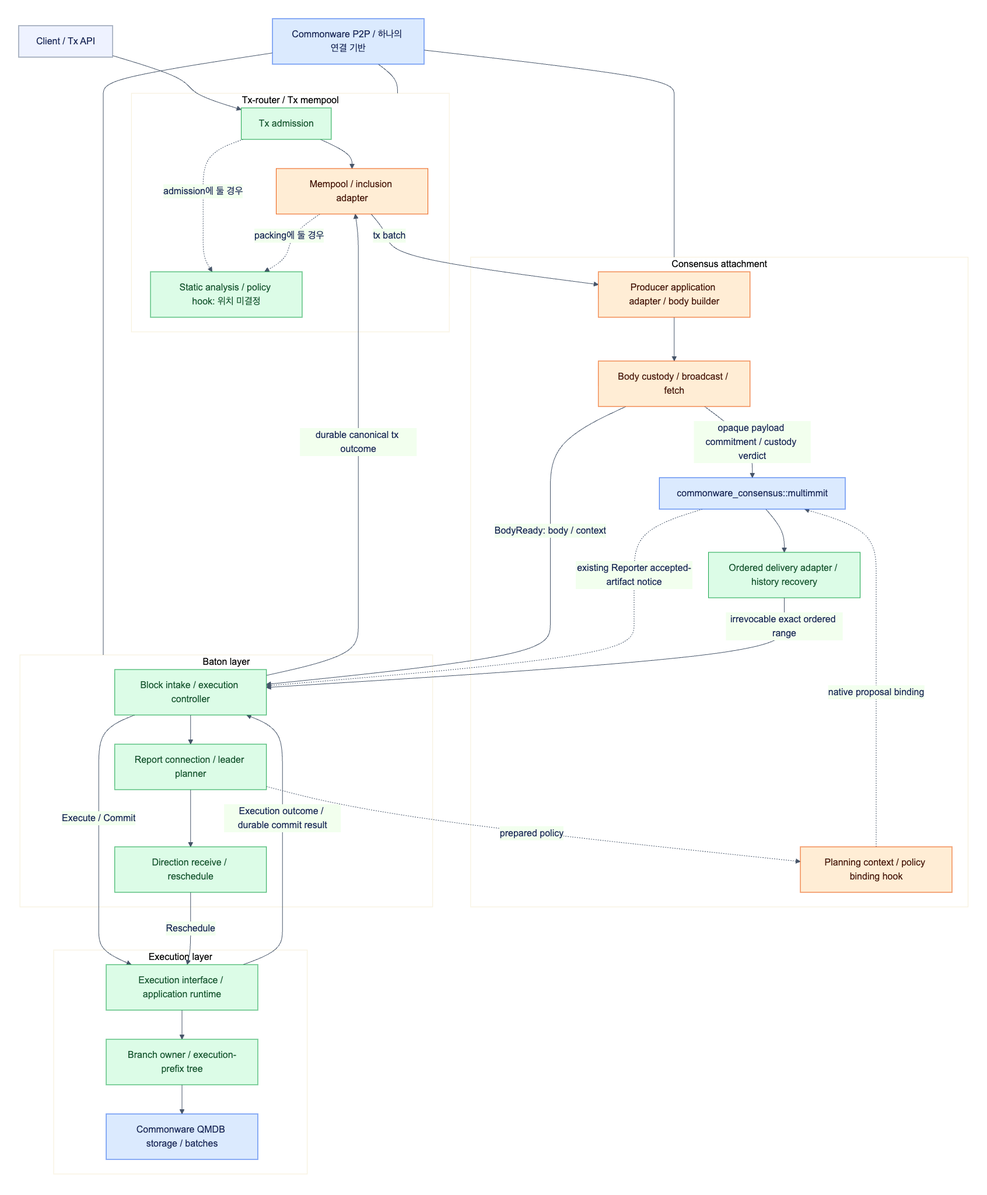
This is assets/diagrams/diagram-01.png from djm07073/baton-research, a Mermaid export, as it was before one commit. Its source is kept beside it as assets/diagrams/diagram-01.mmd.
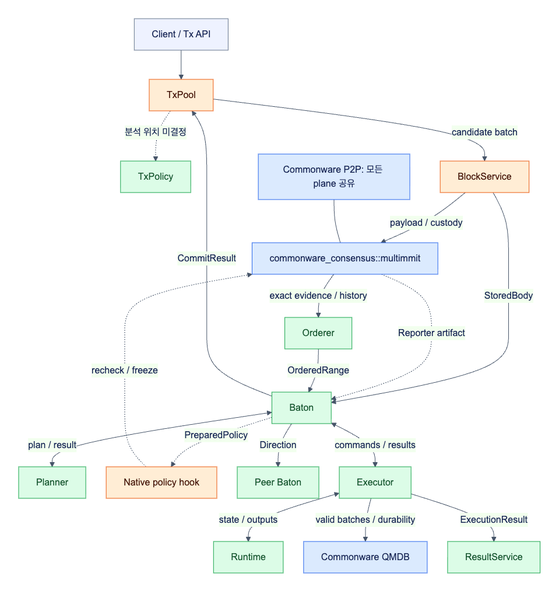
Above is the later version.

The edit, as a diff of the source:
```diff
@@ -1,51 +1,25 @@
 flowchart TB
-    C[Client / Tx API] --> T
-    subgraph TX[Tx-router / Tx mempool]
-        T[Tx admission] --> P[Mempool / inclusion adapter]
-        X[Static analysis / policy hook: 위치 미결정]
-        T -. admission에 둘 경우 .-> X
-        P -. packing에 둘 경우 .-> X
-    end
-    subgraph CONS[Consensus attachment]
-        B[Producer application adapter / body builder]
-        D[Body custody / broadcast / fetch]
-        N[commonware_consensus::multimmit]
-        M[Ordered delivery adapter / history recovery]
-        H[Planning context / policy binding hook]
-        B --> D
-        D -->|opaque payload commitment / custody verdict| N
-        N --> M
-    end
-    P -->|tx batch| B
-    subgraph BAT[Baton layer]
-        O[Block intake / execution controller]
-        R[Report connection / leader planner]
-        Q[Direction receive / reschedule]
-        O --> R
-        R --> Q
-    end
-    D -->|BodyReady: body / context| O
-    N -. existing Reporter accepted-artifact notice .-> O
-    M -->|irrevocable exact ordered range| O
-    R -. prepared policy .-> H
-    H -. native proposal binding .-> N
-    subgraph EXEC[Execution layer]
-        E[Execution interface / application runtime]
-        F[Branch owner / execution-prefix tree]
-        S[Commonware QMDB storage / batches]
-        E --> F
-        F --> S
-    end
-    O -->|Execute / Commit| E
-    Q -->|Reschedule| E
-    E -->|Execution outcome / durable commit result| O
-    O -->|durable canonical tx outcome| P
-    NET[Commonware P2P / 하나의 연결 기반] --- TX
-    NET --- CONS
-    NET --- BAT
+    C[Client / Tx API] --> T[TxPool]
+    T -. 분석 위치 미결정 .-> X[TxPolicy]
+    T -->|candidate batch| B[BlockService]
+    B -->|payload / custody| N[commonware_consensus::multimmit]
+    N -->|exact evidence / history| M[Orderer]
+    B -->|StoredBody| O[Baton]
+    N -. Reporter artifact .-> O
+    M -->|OrderedRange| O
+    O <-->|plan / result| P[Planner]
+    O -. PreparedPolicy .-> H[Native policy hook]
+    H -. recheck / freeze .-> N
+    O -->|Direction| PE[Peer Baton]
+    O <-->|commands / results| E[Executor]
+    E <-->|state / outputs| R[Runtime]
+    E -->|valid batches / durability| S[Commonware QMDB]
+    E -->|ExecutionResult| V[ResultService]
+    O -->|CommitResult| T
+    NET[Commonware P2P: 모든 plane 공유] --- N
     classDef reuse fill:#dbeafe,stroke:#2563eb,color:#172554;
     classDef adapt fill:#ffedd5,stroke:#ea580c,color:#431407;
     classDef new fill:#dcfce7,stroke:#16a34a,color:#14532d;
     class N,NET,S reuse;
-    class P,B,D,H adapt;
-    class T,X,M,O,R,Q,E,F new;
+    class T,B,H adapt;
+    class X,M,O,P,PE,E,R,V new;
```
